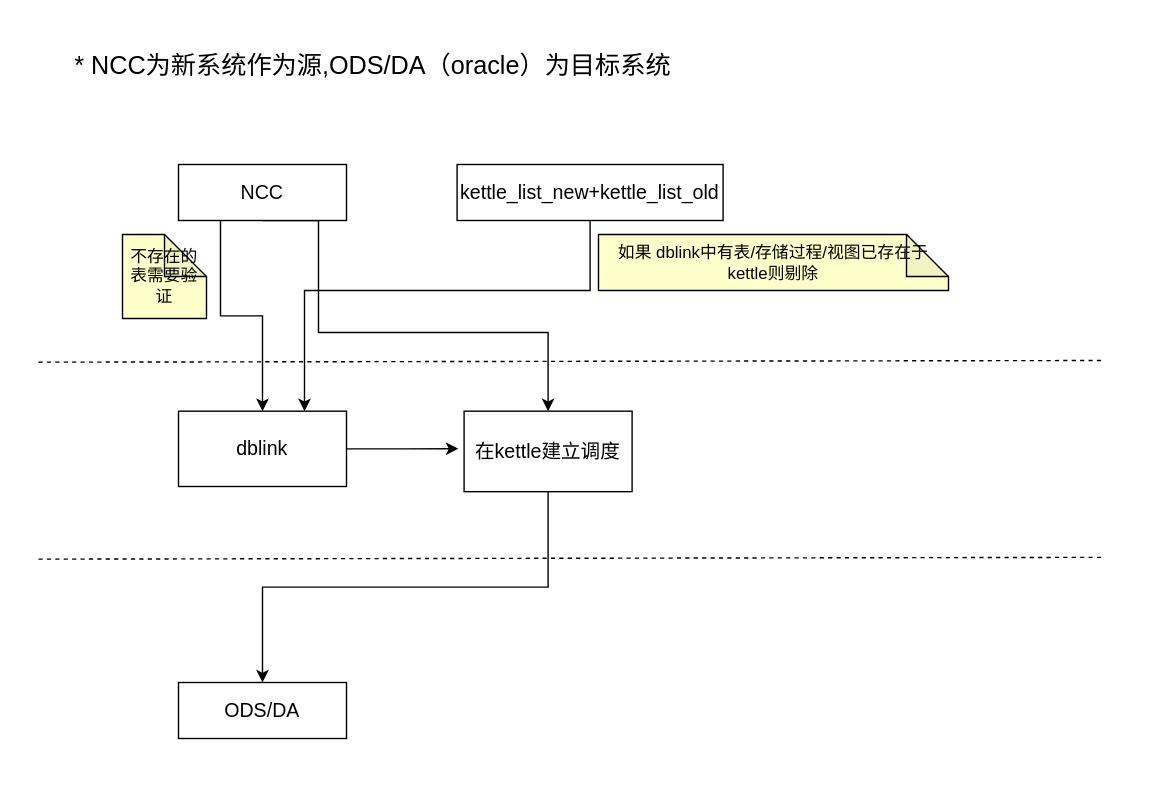
Above: img/NCC升级改造.drawio in ztacode/drawio (draw.io), before the change. Source tidied: cells renumbered, new cells numbered last; positions are measured from the earlier drawing's top-left corner, leaving out a move shared by most shapes. Both pictures are drawn from the tidied source at 140%, with x=0, y=0 at pixel (38, 38).
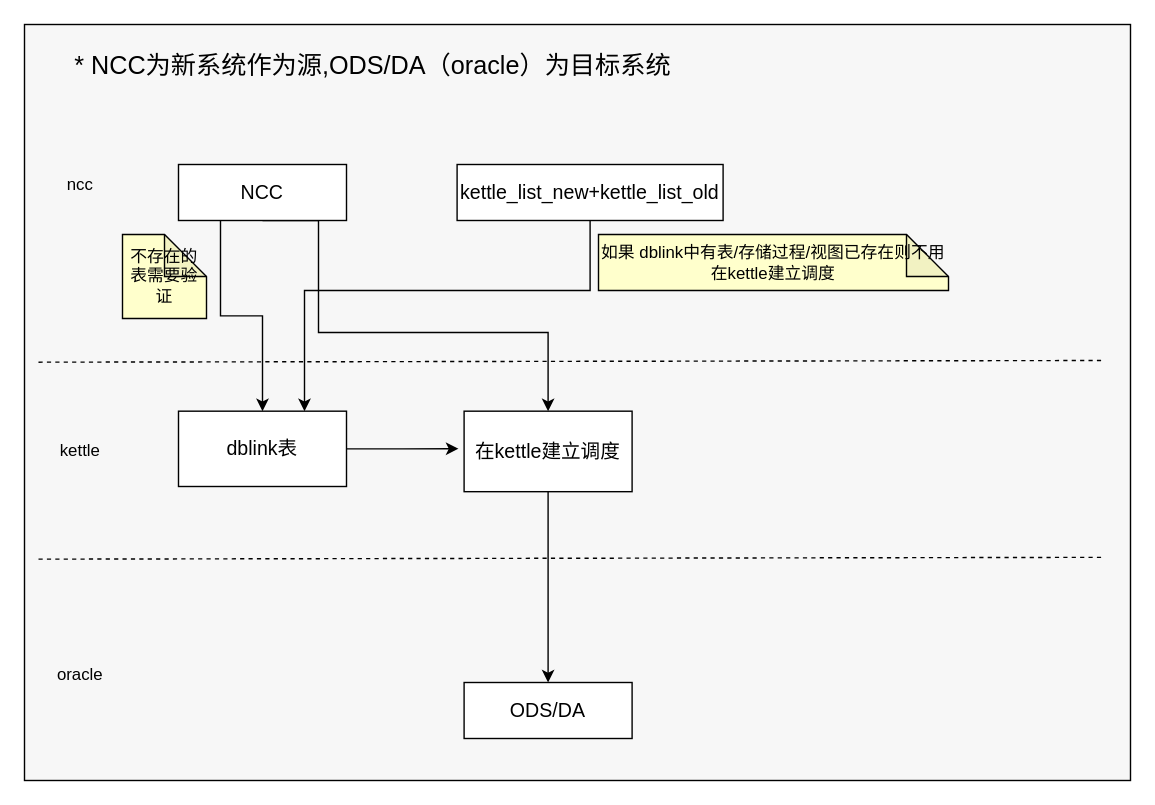
After the change.

Commit message:
更新NCC升级改造.drawio

What changed in the source:
```diff
@@
+    <mxCell id="17" style="rounded=0;whiteSpace=wrap;html=1;fontFamily=Helvetica;fontSize=12;fillColor=#F7F7F7;" parent="1" vertex="1">
+      <mxGeometry x="-10" y="-10" width="790" height="540" as="geometry" />
+    </mxCell>
@@
-    <mxCell id="6" value="&lt;font style=&quot;font-size: 14px;&quot;&gt;dblink&lt;/font&gt;" style="rounded=0;whiteSpace=wrap;html=1;" parent="1" vertex="1">
+    <mxCell id="6" value="&lt;font style=&quot;font-size: 14px;&quot;&gt;dblink表&lt;/font&gt;" style="rounded=0;whiteSpace=wrap;html=1;" parent="1" vertex="1">
       <mxGeometry x="100" y="266.2" width="120" height="53.8" as="geometry" />
     </mxCell>
-    <mxCell id="7" value="&lt;font style=&quot;font-size: 12px;&quot;&gt;如果 dblink中有表/存储过程/视图已存在于kettle则剔除&lt;/font&gt;" style="shape=note;whiteSpace=wrap;html=1;backgroundOutline=1;darkOpacity=0.05;fillColor=#FFFFCC;" parent="1" vertex="1">
+    <mxCell id="7" value="&lt;font style=&quot;font-size: 12px;&quot;&gt;如果 dblink中有表/存储过程/视图已存在则不用在kettle建立调度&lt;/font&gt;" style="shape=note;whiteSpace=wrap;html=1;backgroundOutline=1;darkOpacity=0.05;fillColor=#FFFFCC;" parent="1" vertex="1">
       <mxGeometry x="400" y="140" width="250" height="40" as="geometry" />
     </mxCell>
@@
     <mxCell id="14" value="&lt;font style=&quot;font-size: 14px;&quot;&gt;ODS/DA&lt;/font&gt;" style="rounded=0;whiteSpace=wrap;html=1;fillColor=#FFFFFF;" parent="1" vertex="1">
-      <mxGeometry x="100" y="460" width="120" height="40" as="geometry" />
+      <mxGeometry x="304" y="460" width="120" height="40" as="geometry" />
     </mxCell>
@@
+    <mxCell id="18" value="ncc" style="text;html=1;strokeColor=none;fillColor=none;align=center;verticalAlign=middle;whiteSpace=wrap;rounded=0;fontFamily=Helvetica;fontSize=12;fontColor=#000000;" parent="1" vertex="1">
+      <mxGeometry y="90" width="60" height="30" as="geometry" />
+    </mxCell>
+    <mxCell id="19" value="kettle" style="text;html=1;strokeColor=none;fillColor=none;align=center;verticalAlign=middle;whiteSpace=wrap;rounded=0;fontFamily=Helvetica;fontSize=12;fontColor=#000000;" parent="1" vertex="1">
+      <mxGeometry y="280" width="60" height="30" as="geometry" />
+    </mxCell>
+    <mxCell id="20" value="oracle" style="text;html=1;strokeColor=none;fillColor=none;align=center;verticalAlign=middle;whiteSpace=wrap;rounded=0;fontFamily=Helvetica;fontSize=12;fontColor=#000000;" parent="1" vertex="1">
+      <mxGeometry y="440" width="60" height="30" as="geometry" />
+    </mxCell>
```
